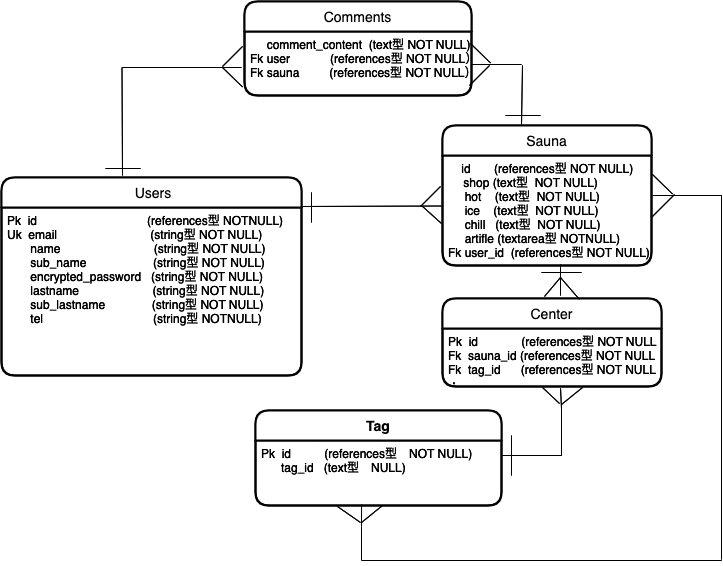
Earlier version of the draw.io export ER.png (ykkTechc/sample_repository). Source tidied: cells renumbered, new cells last; positions are measured from the earlier drawing's top-left corner, leaving out a move shared by most shapes.
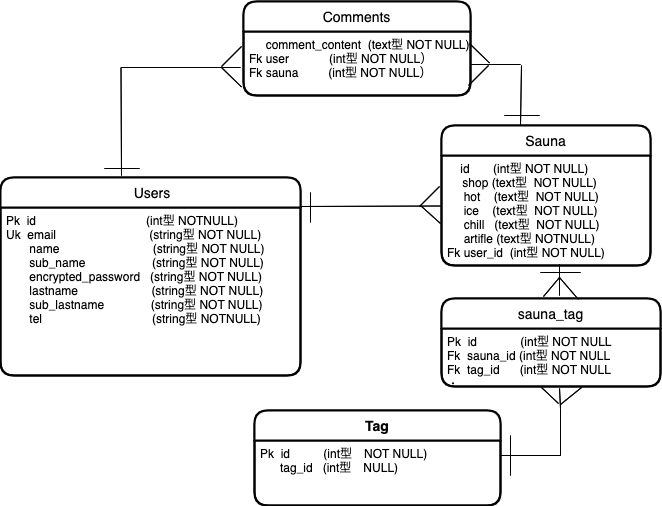
After the commit.

Commit message:
テーブル定義書　ER図PNG再修正

Diff of the diagram source:
```diff
@@ -5,7 +5,7 @@
     <mxCell id="2" value=" Users" style="swimlane;horizontal=1;startSize=30;rounded=1;fontSize=14;fontStyle=0;strokeWidth=2;shadow=0;dashed=0;align=center;" parent="1" vertex="1">
       <mxGeometry y="176" width="300" height="198" as="geometry" />
     </mxCell>
-    <mxCell id="3" value="Pk  id                                 (references型 NOTNULL)&#10;Uk  email                            (string型 NOT NULL) 　　　　　　      　&#10;       name                            (string型 NOT NULL)&#10;       sub_name                    (string型 NOT NULL)      &#10;       encrypted_password   (string型 NOT NULL)&#10;       lastname                      (string型 NOT NULL)&#10;       sub_lastname              (string型 NOT NULL)&#10;       tel                                 (string型 NOTNULL)&#10;" style="align=left;strokeColor=none;fillColor=none;spacingLeft=4;fontSize=12;verticalAlign=top;" parent="2" vertex="1">
+    <mxCell id="3" value="Pk  id                                 (int型 NOTNULL)&#10;Uk  email                            (string型 NOT NULL) 　　　　　　      　&#10;       name                            (string型 NOT NULL)&#10;       sub_name                    (string型 NOT NULL)      &#10;       encrypted_password   (string型 NOT NULL)&#10;       lastname                      (string型 NOT NULL)&#10;       sub_lastname              (string型 NOT NULL)&#10;       tel                                 (string型 NOTNULL)&#10;" style="align=left;strokeColor=none;fillColor=none;spacingLeft=4;fontSize=12;verticalAlign=top;" parent="2" vertex="1">
       <mxGeometry y="30" width="300" height="168" as="geometry" />
     </mxCell>
     <mxCell id="4" value="Comments" style="swimlane;horizontal=1;startSize=30;rounded=1;fontSize=14;fontStyle=0;strokeWidth=2;shadow=0;dashed=0;align=center;" parent="1" vertex="1">
@@ -16,7 +16,7 @@
         <mxPoint x="113.5" y="94" as="sourcePoint" />
       </mxGeometry>
     </mxCell>
-    <mxCell id="6" value="     comment_content  (text型 NOT NULL)&#10;Fk user            (references型 NOT NULL）&#10;Fk sauna         (references型 NOT NULL）&#10;" style="align=left;strokeColor=none;fillColor=none;spacingLeft=4;fontSize=12;verticalAlign=top;" parent="4" vertex="1">
+    <mxCell id="6" value="     comment_content  (text型 NOT NULL)&#10;Fk user            (int型 NOT NULL）&#10;Fk sauna         (int型 NOT NULL）&#10;" style="align=left;strokeColor=none;fillColor=none;spacingLeft=4;fontSize=12;verticalAlign=top;" parent="4" vertex="1">
       <mxGeometry y="30" width="227" height="64" as="geometry" />
     </mxCell>
     <mxCell id="7" value="Sauna" style="swimlane;horizontal=1;startSize=30;rounded=1;fontSize=14;fontStyle=0;strokeWidth=2;shadow=0;dashed=0;align=center;" parent="1" vertex="1">
@@ -31,7 +31,7 @@
         </Array>
       </mxGeometry>
     </mxCell>
-    <mxCell id="9" value="    id       (references型 NOT NULL)&#10; 　shop (text型  NOT NULL)&#10;     hot    (text型  NOT NULL)&#10;     ice    (text型  NOT NULL)&#10;     chill   (text型  NOT NULL)&#10;     artifle (textarea型 NOTNULL)&#10;Fk user_id  (references型 NOT NULL)&#10;" style="align=left;strokeColor=none;fillColor=none;spacingLeft=4;fontSize=12;verticalAlign=top;" parent="7" vertex="1">
+    <mxCell id="9" value="    id       (int型 NOT NULL)&#10; 　shop (text型  NOT NULL)&#10;     hot    (text型  NOT NULL)&#10;     ice    (text型  NOT NULL)&#10;     chill   (text型  NOT NULL)&#10;     artifle (text型 NOTNULL)&#10;Fk user_id  (int型 NOT NULL)&#10;" style="align=left;strokeColor=none;fillColor=none;spacingLeft=4;fontSize=12;verticalAlign=top;" parent="7" vertex="1">
       <mxGeometry y="30" width="209" height="110" as="geometry" />
     </mxCell>
     <mxCell id="10" style="endArrow=none;html=1;rounded=0;entryX=0;entryY=0.75;entryDx=0;entryDy=0;" parent="7" edge="1">
@@ -121,13 +121,13 @@
     <mxCell id="23" value="Center" style="swimlane;horizontal=1;startSize=30;rounded=1;fontSize=14;fontStyle=0;strokeWidth=2;shadow=0;dashed=0;align=center;" parent="1" vertex="1">
       <mxGeometry x="441" y="297" width="219" height="88" as="geometry" />
     </mxCell>
-    <mxCell id="24" value="Pk  id             (references型 NOT NULL&#10;Fk  sauna_id (references型 NOT NULL&#10;Fk  tag_id      (references型 NOT NULL&#10;・" style="align=left;strokeColor=none;fillColor=none;spacingLeft=4;fontSize=12;verticalAlign=top;" parent="23" vertex="1">
+    <mxCell id="24" value="Pk  id             (int型 NOT NULL&#10;Fk  sauna_id (int型 NOT NULL&#10;Fk  tag_id      (int型 NOT NULL&#10;・" style="align=left;strokeColor=none;fillColor=none;spacingLeft=4;fontSize=12;verticalAlign=top;" parent="23" vertex="1">
       <mxGeometry y="30" width="219" height="58" as="geometry" />
     </mxCell>
     <mxCell id="25" value="Tag" style="swimlane;horizontal=1;startSize=30;rounded=1;fontSize=14;fontStyle=0;strokeWidth=2;shadow=0;dashed=0;align=center;" parent="1" vertex="1">
       <mxGeometry x="254" y="409" width="246" height="95" as="geometry" />
     </mxCell>
-    <mxCell id="26" value="Pk  id          (references型　NOT NULL)&#10;      tag_id   (text型　NULL)" style="align=left;strokeColor=none;fillColor=none;spacingLeft=4;fontSize=12;verticalAlign=top;" parent="25" vertex="1">
+    <mxCell id="26" value="Pk  id          (int型　NOT NULL)&#10;      tag_id   (int型　NULL)" style="align=left;strokeColor=none;fillColor=none;spacingLeft=4;fontSize=12;verticalAlign=top;" parent="25" vertex="1">
       <mxGeometry y="30" width="246" height="65" as="geometry" />
     </mxCell>
     <mxCell id="27" style="endArrow=none;html=1;rounded=0;" parent="1" edge="1">
@@ -175,59 +175,6 @@
         <mxPoint x="510" y="434" as="targetPoint" />
       </mxGeometry>
     </mxCell>
-    <mxCell id="34" style="endArrow=none;html=1;rounded=0;" parent="1" edge="1">
-      <mxGeometry relative="1" as="geometry">
-        <mxPoint x="651" y="194" as="sourcePoint" />
-        <mxPoint x="720" y="194" as="targetPoint" />
-      </mxGeometry>
-    </mxCell>
-    <mxCell id="35" style="endArrow=none;html=1;rounded=0;" parent="1" edge="1">
-      <mxGeometry relative="1" as="geometry">
-        <mxPoint x="720" y="558" as="sourcePoint" />
-        <mxPoint x="720" y="194" as="targetPoint" />
-        <Array as="points">
-          <mxPoint x="720" y="210" />
-        </Array>
-      </mxGeometry>
-    </mxCell>
-    <mxCell id="36" style="line;strokeWidth=1;dashed=0;labelPosition=right;align=left;verticalAlign=middle;spacingTop=0;spacingLeft=6;" parent="1" vertex="1">
-      <mxGeometry x="360" y="554" width="360" height="10" as="geometry" />
-    </mxCell>
-    <mxCell id="37" style="endArrow=none;html=1;rounded=0;entryX=0.404;entryY=1.007;entryDx=0;entryDy=0;entryPerimeter=0;exitX=0;exitY=0.447;exitDx=0;exitDy=0;exitPerimeter=0;" parent="1" edge="1" source="78">
-      <mxGeometry relative="1" as="geometry">
-        <mxPoint x="360.1" y="503" as="targetPoint" />
-        <Array as="points">
-          <mxPoint x="360" y="525" />
-        </Array>
-      </mxGeometry>
-    </mxCell>
-    <mxCell id="38" style="endArrow=none;html=1;rounded=0;exitX=0.466;exitY=1.052;exitDx=0;exitDy=0;exitPerimeter=0;" parent="1" edge="1">
-      <mxGeometry relative="1" as="geometry">
-        <mxPoint x="336" y="505" as="sourcePoint" />
-        <mxPoint x="359" y="521" as="targetPoint" />
-        <Array as="points">
-          <mxPoint x="359" y="521" />
-        </Array>
-      </mxGeometry>
-    </mxCell>
-    <mxCell id="39" style="endArrow=none;html=1;rounded=0;entryX=0.68;entryY=1.034;entryDx=0;entryDy=0;entryPerimeter=0;" parent="1" edge="1">
-      <mxGeometry relative="1" as="geometry">
-        <mxPoint x="360" y="521" as="sourcePoint" />
-        <mxPoint x="381.1" y="504" as="targetPoint" />
-      </mxGeometry>
-    </mxCell>
-    <mxCell id="40" style="endArrow=none;html=1;rounded=0;entryX=0;entryY=0.75;entryDx=0;entryDy=0;" parent="1" edge="1">
-      <mxGeometry relative="1" as="geometry">
-        <mxPoint x="651" y="173" as="sourcePoint" />
-        <mxPoint x="671" y="192.5" as="targetPoint" />
-      </mxGeometry>
-    </mxCell>
-    <mxCell id="41" style="endArrow=none;html=1;rounded=0;entryX=1.019;entryY=0.625;entryDx=0;entryDy=0;entryPerimeter=0;" parent="1" edge="1">
-      <mxGeometry relative="1" as="geometry">
-        <mxPoint x="673" y="193" as="sourcePoint" />
-        <mxPoint x="650" y="216" as="targetPoint" />
-      </mxGeometry>
-    </mxCell>
     <mxCell id="42" style="line;strokeWidth=1;dashed=0;labelPosition=right;align=left;verticalAlign=middle;spacingTop=0;spacingLeft=6;" parent="1" vertex="1">
       <mxGeometry x="500" y="449" width="60" height="10" as="geometry" />
     </mxCell>
@@ -242,9 +189,6 @@
     <mxCell id="44" value=" Users" style="swimlane;horizontal=1;startSize=30;rounded=1;fontSize=14;fontStyle=0;strokeWidth=2;shadow=0;dashed=0;align=center;" parent="1" vertex="1">
       <mxGeometry y="176" width="300" height="198" as="geometry" />
     </mxCell>
-    <mxCell id="45" value="Pk  id                                 (references型 NOTNULL)&#10;Uk  email                            (string型 NOT NULL) 　　　　　　      　&#10;       name                            (string型 NOT NULL)&#10;       sub_name                    (string型 NOT NULL)      &#10;       encrypted_password   (string型 NOT NULL)&#10;       lastname                      (string型 NOT NULL)&#10;       sub_lastname              (string型 NOT NULL)&#10;       tel                                 (string型 NOTNULL)&#10;" style="align=left;strokeColor=none;fillColor=none;spacingLeft=4;fontSize=12;verticalAlign=top;" parent="44" vertex="1">
-      <mxGeometry y="30" width="300" height="168" as="geometry" />
-    </mxCell>
     <mxCell id="46" value="Comments" style="swimlane;horizontal=1;startSize=30;rounded=1;fontSize=14;fontStyle=0;strokeWidth=2;shadow=0;dashed=0;align=center;" parent="1" vertex="1">
       <mxGeometry x="243" width="227" height="94" as="geometry" />
     </mxCell>
@@ -253,9 +197,6 @@
         <mxPoint x="113.5" y="94" as="sourcePoint" />
       </mxGeometry>
     </mxCell>
-    <mxCell id="48" value="     comment_content  (text型 NOT NULL)&#10;Fk user            (references型 NOT NULL）&#10;Fk sauna         (references型 NOT NULL）&#10;" style="align=left;strokeColor=none;fillColor=none;spacingLeft=4;fontSize=12;verticalAlign=top;" parent="46" vertex="1">
-      <mxGeometry y="30" width="227" height="64" as="geometry" />
-    </mxCell>
     <mxCell id="49" value="Sauna" style="swimlane;horizontal=1;startSize=30;rounded=1;fontSize=14;fontStyle=0;strokeWidth=2;shadow=0;dashed=0;align=center;" parent="1" vertex="1">
       <mxGeometry x="441" y="124" width="209" height="140" as="geometry" />
     </mxCell>
@@ -268,9 +209,6 @@
         </Array>
       </mxGeometry>
     </mxCell>
-    <mxCell id="51" value="    id       (references型 NOT NULL)&#10; 　shop (text型  NOT NULL)&#10;     hot    (text型  NOT NULL)&#10;     ice    (text型  NOT NULL)&#10;     chill   (text型  NOT NULL)&#10;     artifle (textarea型 NOTNULL)&#10;Fk user_id  (references型 NOT NULL)&#10;" style="align=left;strokeColor=none;fillColor=none;spacingLeft=4;fontSize=12;verticalAlign=top;" parent="49" vertex="1">
-      <mxGeometry y="30" width="209" height="110" as="geometry" />
-    </mxCell>
     <mxCell id="52" style="endArrow=none;html=1;rounded=0;entryX=0;entryY=0.75;entryDx=0;entryDy=0;" parent="49" edge="1">
       <mxGeometry relative="1" as="geometry">
         <mxPoint x="-21" y="80" as="sourcePoint" />
@@ -355,18 +293,12 @@
         <mxPoint x="504" y="114" as="targetPoint" />
       </mxGeometry>
     </mxCell>
-    <mxCell id="65" value="Center" style="swimlane;horizontal=1;startSize=30;rounded=1;fontSize=14;fontStyle=0;strokeWidth=2;shadow=0;dashed=0;align=center;" parent="1" vertex="1">
+    <mxCell id="65" value="sauna_tag" style="swimlane;horizontal=1;startSize=30;rounded=1;fontSize=14;fontStyle=0;strokeWidth=2;shadow=0;dashed=0;align=center;" parent="1" vertex="1">
       <mxGeometry x="441" y="297" width="219" height="88" as="geometry" />
     </mxCell>
-    <mxCell id="66" value="Pk  id             (references型 NOT NULL&#10;Fk  sauna_id (references型 NOT NULL&#10;Fk  tag_id      (references型 NOT NULL&#10;・" style="align=left;strokeColor=none;fillColor=none;spacingLeft=4;fontSize=12;verticalAlign=top;" parent="65" vertex="1">
-      <mxGeometry y="30" width="219" height="58" as="geometry" />
-    </mxCell>
     <mxCell id="67" value="Tag" style="swimlane;horizontal=1;startSize=30;rounded=1;fontSize=14;fontStyle=1;strokeWidth=2;shadow=0;dashed=0;align=center;" parent="1" vertex="1">
       <mxGeometry x="254" y="409" width="246" height="95" as="geometry" />
     </mxCell>
-    <mxCell id="68" value="Pk  id          (references型　NOT NULL)&#10;      tag_id   (text型　NULL)" style="align=left;strokeColor=none;fillColor=none;spacingLeft=4;fontSize=12;verticalAlign=top;" parent="67" vertex="1">
-      <mxGeometry y="30" width="246" height="65" as="geometry" />
-    </mxCell>
     <mxCell id="69" style="endArrow=none;html=1;rounded=0;" parent="1" edge="1">
       <mxGeometry relative="1" as="geometry">
         <mxPoint x="559" y="294" as="sourcePoint" />
@@ -412,57 +344,13 @@
         <mxPoint x="510" y="434" as="targetPoint" />
       </mxGeometry>
     </mxCell>
-    <mxCell id="76" style="endArrow=none;html=1;rounded=0;" parent="1" edge="1">
-      <mxGeometry relative="1" as="geometry">
-        <mxPoint x="651" y="194" as="sourcePoint" />
-        <mxPoint x="720" y="194" as="targetPoint" />
-      </mxGeometry>
-    </mxCell>
-    <mxCell id="77" style="endArrow=none;html=1;rounded=0;" parent="1" edge="1">
-      <mxGeometry relative="1" as="geometry">
-        <mxPoint x="720" y="558" as="sourcePoint" />
-        <mxPoint x="720" y="194" as="targetPoint" />
-        <Array as="points">
-          <mxPoint x="720" y="210" />
-        </Array>
-      </mxGeometry>
-    </mxCell>
-    <mxCell id="78" style="line;strokeWidth=1;dashed=0;labelPosition=right;align=left;verticalAlign=middle;spacingTop=0;spacingLeft=6;points=[];portConstraint=eastwest;" parent="1" vertex="1">
-      <mxGeometry x="360" y="554" width="360" height="10" as="geometry" />
-    </mxCell>
-    <mxCell id="79" style="endArrow=none;html=1;rounded=0;exitX=0.466;exitY=1.052;exitDx=0;exitDy=0;exitPerimeter=0;" parent="1" edge="1">
-      <mxGeometry relative="1" as="geometry">
-        <mxPoint x="336" y="505" as="sourcePoint" />
-        <mxPoint x="359" y="521" as="targetPoint" />
-        <Array as="points">
-          <mxPoint x="359" y="521" />
-        </Array>
-      </mxGeometry>
-    </mxCell>
-    <mxCell id="80" style="endArrow=none;html=1;rounded=0;entryX=0.68;entryY=1.034;entryDx=0;entryDy=0;entryPerimeter=0;" parent="1" edge="1">
-      <mxGeometry relative="1" as="geometry">
-        <mxPoint x="360" y="521" as="sourcePoint" />
-        <mxPoint x="381.1" y="504" as="targetPoint" />
-      </mxGeometry>
-    </mxCell>
-    <mxCell id="81" style="endArrow=none;html=1;rounded=0;entryX=0;entryY=0.75;entryDx=0;entryDy=0;" parent="1" edge="1">
-      <mxGeometry relative="1" as="geometry">
-        <mxPoint x="651" y="173" as="sourcePoint" />
-        <mxPoint x="671" y="192.5" as="targetPoint" />
-      </mxGeometry>
-    </mxCell>
-    <mxCell id="82" style="endArrow=none;html=1;rounded=0;entryX=1.019;entryY=0.625;entryDx=0;entryDy=0;entryPerimeter=0;" parent="1" edge="1">
-      <mxGeometry relative="1" as="geometry">
-        <mxPoint x="673" y="193" as="sourcePoint" />
-        <mxPoint x="650" y="216" as="targetPoint" />
-      </mxGeometry>
-    </mxCell>
     <mxCell id="83" style="line;strokeWidth=1;dashed=0;labelPosition=right;align=left;verticalAlign=middle;spacingTop=0;spacingLeft=6;" parent="1" vertex="1">
       <mxGeometry x="500" y="449" width="60" height="10" as="geometry" />
     </mxCell>
-    <mxCell id="84" style="endArrow=none;html=1;rounded=0;entryX=0.539;entryY=1.034;entryDx=0;entryDy=0;entryPerimeter=0;" parent="1" edge="1" target="66">
+    <mxCell id="84" style="endArrow=none;html=1;rounded=0;entryX=0.539;entryY=1.034;entryDx=0;entryDy=0;entryPerimeter=0;" parent="1" edge="1">
       <mxGeometry relative="1" as="geometry">
         <mxPoint x="560" y="454" as="sourcePoint" />
+        <mxPoint x="559" y="387" as="targetPoint" />
         <Array as="points">
           <mxPoint x="560" y="407" />
         </Array>
```
